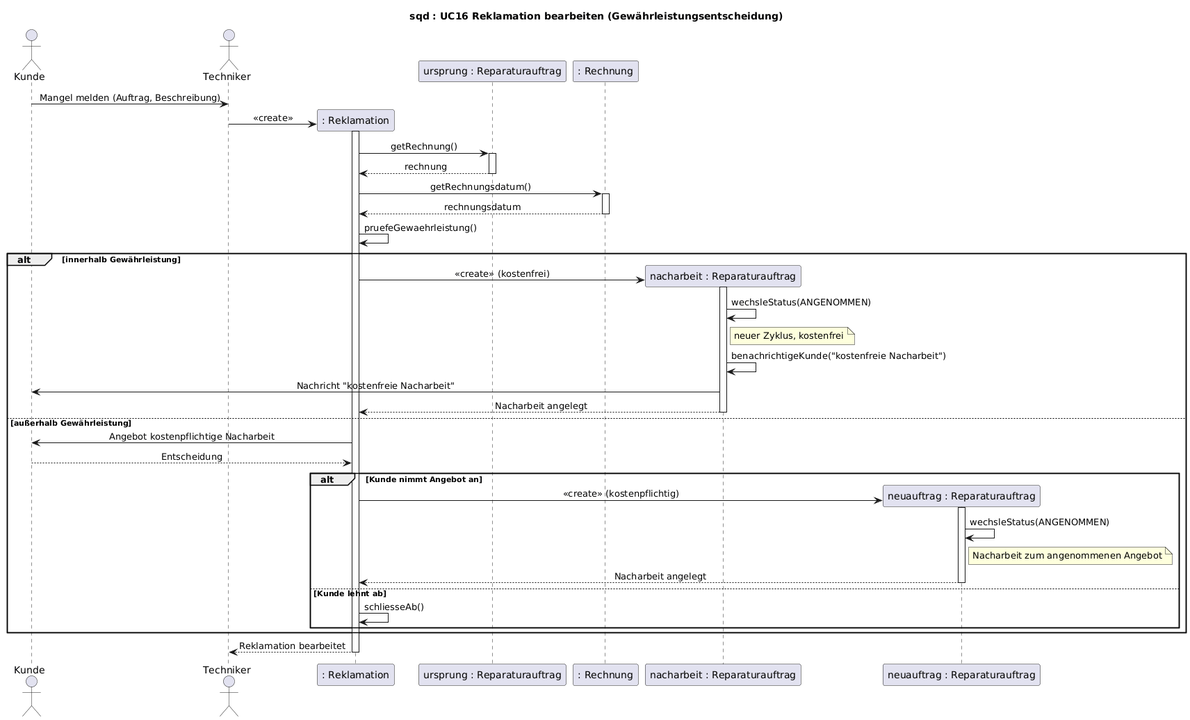
jakobschwan123-cmd/casestudy-semester-3 keeps this PlantUML diagram as uml/sequenz-05-reklamation.png. Above is the earlier version.
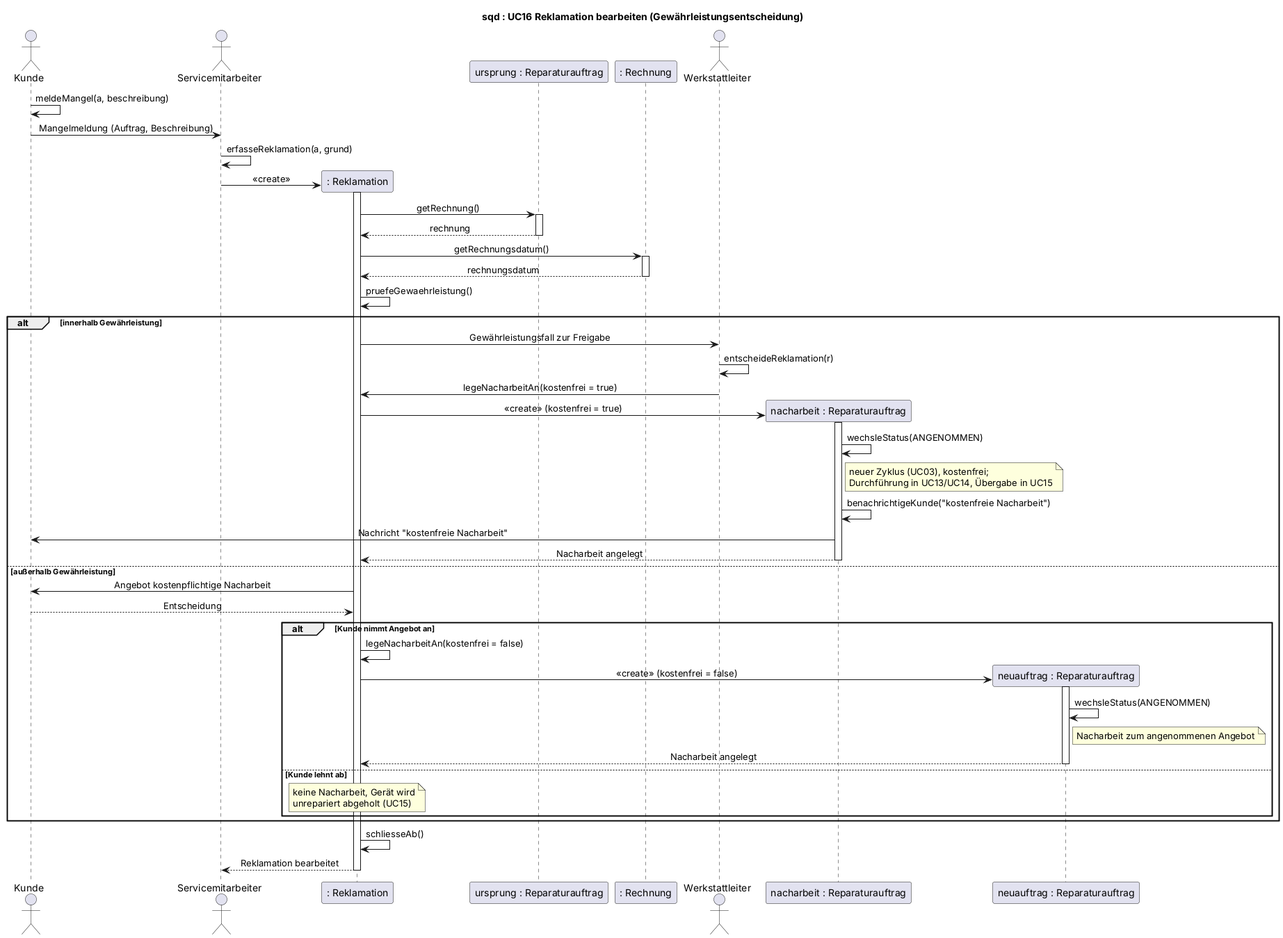
After the change.

Diff of the diagram source:
```diff
@@ -3,16 +3,19 @@
 skinparam defaultFontName Arial
 skinparam sequenceMessageAlign center
 actor Kunde
-actor Techniker
+actor Servicemitarbeiter as SM
 participant ": Reklamation" as REK
 participant "ursprung : Reparaturauftrag" as RA
 participant ": Rechnung" as RE
+actor Werkstattleiter
 participant "nacharbeit : Reparaturauftrag" as NA
 participant "neuauftrag : Reparaturauftrag" as NEU
 
-Kunde -> Techniker : Mangel melden (Auftrag, Beschreibung)
+Kunde -> Kunde : meldeMangel(a, beschreibung)
+Kunde -> SM : Mangelmeldung (Auftrag, Beschreibung)
+SM -> SM : erfasseReklamation(a, grund)
 create REK
-Techniker -> REK : <<create>>
+SM -> REK : <<create>>
 activate REK
 REK -> RA : getRechnung()
 activate RA
@@ -25,11 +28,14 @@
 REK -> REK : pruefeGewaehrleistung()
 
 alt innerhalb Gewährleistung
+    REK -> Werkstattleiter : Gewährleistungsfall zur Freigabe
+    Werkstattleiter -> Werkstattleiter : entscheideReklamation(r)
+    Werkstattleiter -> REK : legeNacharbeitAn(kostenfrei = true)
     create NA
-    REK -> NA : <<create>> (kostenfrei)
+    REK -> NA : <<create>> (kostenfrei = true)
     activate NA
     NA -> NA : wechsleStatus(ANGENOMMEN)
-    note right of NA : neuer Zyklus, kostenfrei
+    note right of NA : neuer Zyklus (UC03), kostenfrei;\nDurchführung in UC13/UC14, Übergabe in UC15
     NA -> NA : benachrichtigeKunde("kostenfreie Nacharbeit")
     NA -> Kunde : Nachricht "kostenfreie Nacharbeit"
     NA --> REK : Nacharbeit angelegt
@@ -38,17 +44,19 @@
     REK -> Kunde : Angebot kostenpflichtige Nacharbeit
     Kunde --> REK : Entscheidung
     alt Kunde nimmt Angebot an
+        REK -> REK : legeNacharbeitAn(kostenfrei = false)
         create NEU
-        REK -> NEU : <<create>> (kostenpflichtig)
+        REK -> NEU : <<create>> (kostenfrei = false)
         activate NEU
         NEU -> NEU : wechsleStatus(ANGENOMMEN)
         note right of NEU : Nacharbeit zum angenommenen Angebot
         NEU --> REK : Nacharbeit angelegt
         deactivate NEU
     else Kunde lehnt ab
-        REK -> REK : schliesseAb()
+        note over REK : keine Nacharbeit, Gerät wird\nunrepariert abgeholt (UC15)
     end
 end
-REK --> Techniker : Reklamation bearbeitet
+REK -> REK : schliesseAb()
+REK --> SM : Reklamation bearbeitet
 deactivate REK
 @enduml
```
